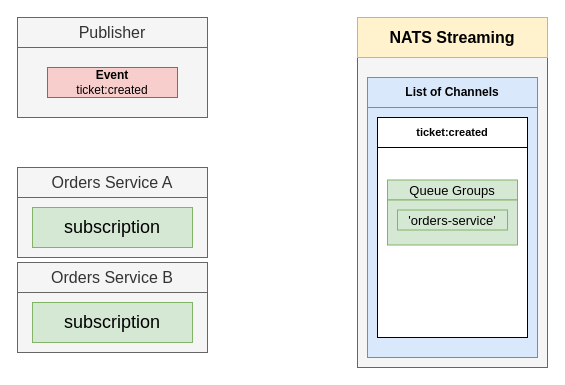
HappySuzuki/microservices-cast keeps this draw.io diagram as page "01 - listener" (1 of 2) of diagrams/08/03.drawio. Above is the earlier version. Source tidied: cells renumbered, new cells numbered last; positions are measured from the earlier drawing's top-left corner, leaving out a move shared by most shapes. Both pictures are drawn from the tidied source at 100%, with x=0, y=0 at pixel (17, 17).
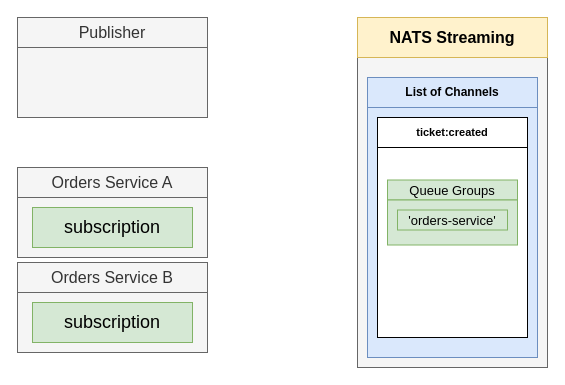
The same diagram, later.

Diff of the diagram source:
```diff
@@
 <mxGraphModel>
   <root>
     <mxCell id="0" />
     <mxCell id="1" parent="0" />
     <mxCell id="2" value="Publisher" style="rounded=0;whiteSpace=wrap;html=1;fillColor=#f5f5f5;strokeColor=#666666;fontColor=#333333;fontStyle=0;fontSize=16;" parent="1" vertex="1">
       <mxGeometry width="190" height="30" as="geometry" />
     </mxCell>
     <mxCell id="3" style="rounded=0;whiteSpace=wrap;html=1;fillColor=#f5f5f5;strokeColor=#666666;fontColor=#333333;" parent="1" vertex="1">
       <mxGeometry y="30" width="190" height="70" as="geometry" />
     </mxCell>
     <mxCell id="4" style="rounded=0;whiteSpace=wrap;html=1;fillColor=#f5f5f5;strokeColor=#666666;fontColor=#333333;" parent="1" vertex="1">
       <mxGeometry x="340" y="40" width="190" height="310" as="geometry" />
     </mxCell>
     <mxCell id="5" value="Orders Service A" style="rounded=0;whiteSpace=wrap;html=1;fillColor=#f5f5f5;strokeColor=#666666;fontColor=#333333;fontStyle=0;fontSize=16;" parent="1" vertex="1">
       <mxGeometry y="150" width="190" height="30" as="geometry" />
     </mxCell>
     <mxCell id="6" value="NATS Streaming" style="rounded=0;whiteSpace=wrap;html=1;fillColor=#fff2cc;strokeColor=#d6b656;fontStyle=1;fontSize=16;" parent="1" vertex="1">
       <mxGeometry x="340" width="190" height="40" as="geometry" />
     </mxCell>
     <mxCell id="7" style="rounded=0;whiteSpace=wrap;html=1;fillColor=#f5f5f5;strokeColor=#666666;fontColor=#333333;" parent="1" vertex="1">
       <mxGeometry y="180" width="190" height="60" as="geometry" />
     </mxCell>
     <mxCell id="8" value="List of Channels" style="rounded=0;whiteSpace=wrap;html=1;fontSize=12;fillColor=#dae8fc;strokeColor=#6c8ebf;fontStyle=1;" parent="1" vertex="1">
       <mxGeometry x="350" y="60" width="170" height="30" as="geometry" />
     </mxCell>
     <mxCell id="9" style="rounded=0;whiteSpace=wrap;html=1;fontSize=12;fillColor=#dae8fc;strokeColor=#6c8ebf;fontStyle=1;" parent="1" vertex="1">
       <mxGeometry x="350" y="90" width="170" height="250" as="geometry" />
     </mxCell>
     <mxCell id="10" value="&lt;font style=&quot;font-size: 11px&quot;&gt;&lt;b&gt;ticket:created&lt;/b&gt;&lt;br style=&quot;font-size: 11px&quot;&gt;&lt;/font&gt;" style="rounded=0;whiteSpace=wrap;html=1;fontSize=11;align=center;" parent="1" vertex="1">
       <mxGeometry x="360" y="100" width="150" height="30" as="geometry" />
     </mxCell>
     <mxCell id="11" value="subscription" style="rounded=0;whiteSpace=wrap;html=1;fontSize=18;align=center;fillColor=#d5e8d4;strokeColor=#82b366;" parent="1" vertex="1">
       <mxGeometry x="15" y="190" width="160" height="40" as="geometry" />
     </mxCell>
     <mxCell id="12" value="&lt;font style=&quot;font-size: 11px&quot;&gt;&lt;br style=&quot;font-size: 11px&quot;&gt;&lt;/font&gt;" style="rounded=0;whiteSpace=wrap;html=1;fontSize=11;align=center;" parent="1" vertex="1">
       <mxGeometry x="360" y="130" width="150" height="190" as="geometry" />
     </mxCell>
-    <mxCell id="13" value="&lt;b&gt;Event&lt;/b&gt;&lt;br&gt;ticket:created" style="rounded=0;whiteSpace=wrap;html=1;fontSize=12;align=center;fillColor=#f8cecc;strokeColor=#b85450;" parent="1" vertex="1">
-      <mxGeometry x="30" y="50" width="130" height="30" as="geometry" />
-    </mxCell>
     <mxCell id="14" value="Queue Groups" style="rounded=0;whiteSpace=wrap;html=1;fontSize=13;align=center;fillColor=#d5e8d4;strokeColor=#82b366;" parent="1" vertex="1">
       <mxGeometry x="370" y="162.5" width="130" height="20" as="geometry" />
     </mxCell>
     <mxCell id="15" style="rounded=0;whiteSpace=wrap;html=1;fontSize=13;align=center;fillColor=#d5e8d4;strokeColor=#82b366;" parent="1" vertex="1">
       <mxGeometry x="370" y="182.5" width="130" height="45" as="geometry" />
     </mxCell>
     <mxCell id="16" value="'orders-service'" style="rounded=0;whiteSpace=wrap;html=1;fontSize=13;align=center;fillColor=#d5e8d4;strokeColor=#82b366;" parent="1" vertex="1">
       <mxGeometry x="380" y="192.5" width="110" height="20" as="geometry" />
     </mxCell>
     <mxCell id="17" value="Orders Service B" style="rounded=0;whiteSpace=wrap;html=1;fillColor=#f5f5f5;strokeColor=#666666;fontColor=#333333;fontStyle=0;fontSize=16;" parent="1" vertex="1">
       <mxGeometry y="245" width="190" height="30" as="geometry" />
     </mxCell>
     <mxCell id="18" style="rounded=0;whiteSpace=wrap;html=1;fillColor=#f5f5f5;strokeColor=#666666;fontColor=#333333;" parent="1" vertex="1">
       <mxGeometry y="275" width="190" height="60" as="geometry" />
     </mxCell>
     <mxCell id="19" value="subscription" style="rounded=0;whiteSpace=wrap;html=1;fontSize=18;align=center;fillColor=#d5e8d4;strokeColor=#82b366;" parent="1" vertex="1">
       <mxGeometry x="15" y="285" width="160" height="40" as="geometry" />
     </mxCell>
   </root>
 </mxGraphModel>
```
